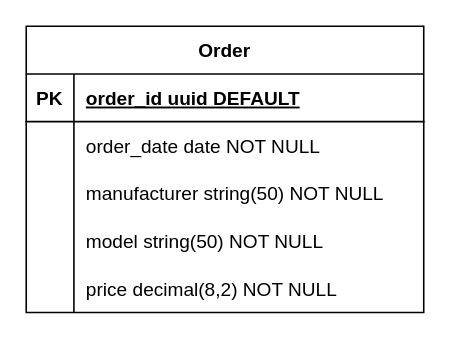
Earlier version of the draw.io diagram gforces-erd.drawio (Nathan2820/technical-task). Source tidied: cells renumbered, new cells numbered last; positions are measured from the earlier drawing's top-left corner, leaving out a move shared by most shapes. Both pictures are drawn from the tidied source at 159%, with x=0, y=0 at pixel (25, 25).
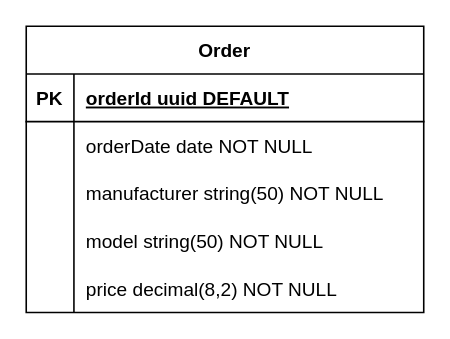
The same diagram, later.

What changed in the source:
```diff
@@
 <mxGraphModel>
   <root>
     <mxCell id="0" />
     <mxCell id="1" parent="0" />
     <mxCell id="2" value="Order" style="shape=table;startSize=30;childLayout=tableLayout;rowLines=0;fontStyle=1;align=center;strokeColor=default;strokeWidth=1;perimeterSpacing=0;" parent="1" vertex="1">
       <mxGeometry width="250" height="180" as="geometry" />
     </mxCell>
     <mxCell id="3" style="shape=partialRectangle;fillColor=none;top=0;left=0;right=0;bottom=1;" parent="2" vertex="1">
       <mxGeometry y="30" width="250" height="30" as="geometry" />
     </mxCell>
     <mxCell id="4" value="PK" style="shape=partialRectangle;overflow=hidden;fillColor=none;top=0;left=0;bottom=0;right=0;fontStyle=1;" parent="3" vertex="1">
       <mxGeometry width="30" height="30" as="geometry" />
     </mxCell>
-    <mxCell id="5" value="order_id uuid DEFAULT" style="shape=partialRectangle;overflow=hidden;fillColor=none;top=0;left=0;bottom=0;right=0;align=left;spacingLeft=6;fontStyle=5;" parent="3" vertex="1">
+    <mxCell id="5" value="orderId uuid DEFAULT" style="shape=partialRectangle;overflow=hidden;fillColor=none;top=0;left=0;bottom=0;right=0;align=left;spacingLeft=6;fontStyle=5;" parent="3" vertex="1">
       <mxGeometry x="30" width="220" height="30" as="geometry" />
     </mxCell>
     <mxCell id="6" style="shape=partialRectangle;fillColor=none;top=0;left=0;right=0;bottom=0;" parent="2" vertex="1">
       <mxGeometry y="60" width="250" height="30" as="geometry" />
     </mxCell>
     <mxCell id="7" style="shape=partialRectangle;overflow=hidden;fillColor=none;top=0;left=0;bottom=0;right=0;" parent="6" vertex="1">
       <mxGeometry width="30" height="30" as="geometry" />
     </mxCell>
-    <mxCell id="8" value="order_date date NOT NULL" style="shape=partialRectangle;overflow=hidden;fillColor=none;top=0;left=0;bottom=0;right=0;align=left;spacingLeft=6;" parent="6" vertex="1">
+    <mxCell id="8" value="orderDate date NOT NULL" style="shape=partialRectangle;overflow=hidden;fillColor=none;top=0;left=0;bottom=0;right=0;align=left;spacingLeft=6;" parent="6" vertex="1">
       <mxGeometry x="30" width="220" height="30" as="geometry" />
     </mxCell>
     <mxCell id="9" style="shape=partialRectangle;fillColor=none;top=0;left=0;right=0;bottom=0;" parent="2" vertex="1">
       <mxGeometry y="90" width="250" height="30" as="geometry" />
     </mxCell>
     <mxCell id="10" style="shape=partialRectangle;overflow=hidden;fillColor=none;top=0;left=0;bottom=0;right=0;" parent="9" vertex="1">
       <mxGeometry width="30" height="30" as="geometry" />
     </mxCell>
     <mxCell id="11" value="manufacturer string(50) NOT NULL" style="shape=partialRectangle;overflow=hidden;fillColor=none;top=0;left=0;bottom=0;right=0;align=left;spacingLeft=6;" parent="9" vertex="1">
       <mxGeometry x="30" width="220" height="30" as="geometry" />
     </mxCell>
     <mxCell id="12" style="shape=partialRectangle;fillColor=none;top=0;left=0;right=0;bottom=0;" parent="2" vertex="1">
       <mxGeometry y="120" width="250" height="30" as="geometry" />
     </mxCell>
     <mxCell id="13" style="shape=partialRectangle;overflow=hidden;fillColor=none;top=0;left=0;bottom=0;right=0;" parent="12" vertex="1">
       <mxGeometry width="30" height="30" as="geometry" />
     </mxCell>
     <mxCell id="14" value="model string(50) NOT NULL" style="shape=partialRectangle;overflow=hidden;fillColor=none;top=0;left=0;bottom=0;right=0;align=left;spacingLeft=6;" parent="12" vertex="1">
       <mxGeometry x="30" width="220" height="30" as="geometry" />
     </mxCell>
     <mxCell id="15" style="shape=partialRectangle;fillColor=none;top=0;left=0;right=0;bottom=0;" parent="2" vertex="1">
       <mxGeometry y="150" width="250" height="30" as="geometry" />
     </mxCell>
     <mxCell id="16" style="shape=partialRectangle;overflow=hidden;fillColor=none;top=0;left=0;bottom=0;right=0;" parent="15" vertex="1">
       <mxGeometry width="30" height="30" as="geometry" />
     </mxCell>
     <mxCell id="17" value="price decimal(8,2) NOT NULL" style="shape=partialRectangle;overflow=hidden;fillColor=none;top=0;left=0;bottom=0;right=0;align=left;spacingLeft=6;" parent="15" vertex="1">
       <mxGeometry x="30" width="220" height="30" as="geometry" />
     </mxCell>
   </root>
 </mxGraphModel>
```
